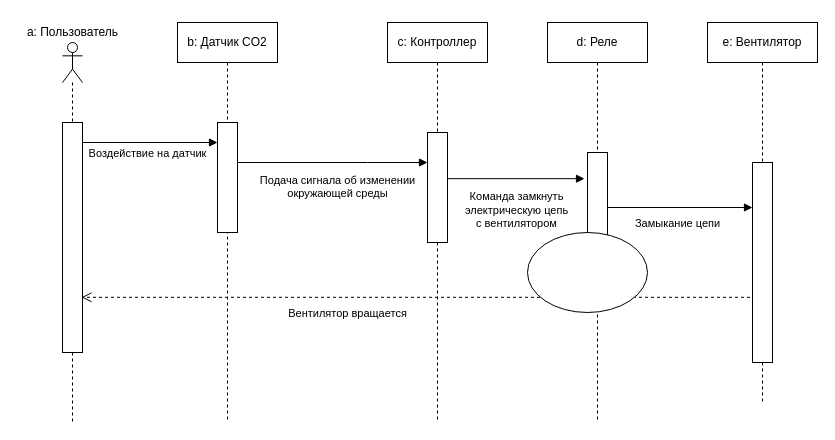
Before: page "Fan" (1 of 2) of Интернет вещей.drawio in Rattokun/ModelRep, a draw.io diagram. Source tidied: cells renumbered, new cells numbered last; positions are measured from the earlier drawing's top-left corner, leaving out a move shared by most shapes. Both pictures are drawn from the tidied source at 100%, with x=0, y=0 at pixel (17, 17).
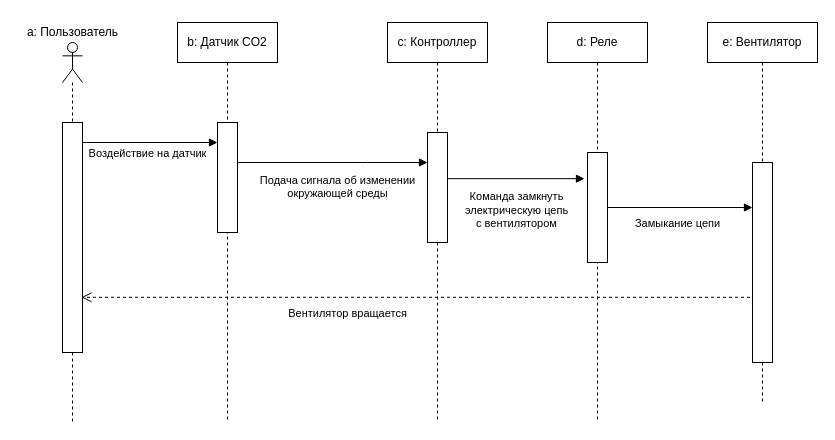
After the change.

What changed in the source:
```diff
@@
-    <mxCell id="18" style="ellipse;whiteSpace=wrap;html=1;" parent="1" vertex="1">
-      <mxGeometry x="510" y="215" width="120" height="80" as="geometry" />
-    </mxCell>
```
